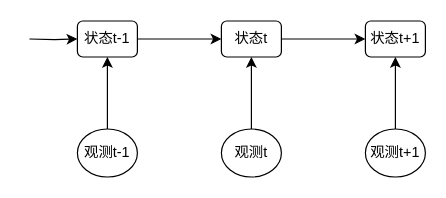
Earlier version of the draw.io diagram hmm道路级定位结构.drawio (xhzhuhit/Trajectory_Compression_Algorithms). Source tidied: cells renumbered, new cells numbered last; positions are measured from the earlier drawing's top-left corner, leaving out a move shared by most shapes. Both pictures are drawn from the tidied source at 120%, with x=0, y=0 at pixel (29, 20).
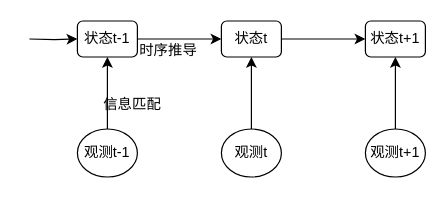
After the change.

Commit message (it also covers changes not shown here):
Update hmm道路级定位结构.drawio

Change to the diagram source:
```diff
@@
 <mxGraphModel>
   <root>
     <mxCell id="0" />
     <mxCell id="1" parent="0" />
     <mxCell id="2" style="edgeStyle=orthogonalEdgeStyle;rounded=0;jettySize=auto;html=1;entryX=0;entryY=0.5;entryDx=0;entryDy=0;" parent="1" edge="1" source="3" target="4">
       <mxGeometry relative="1" as="geometry" />
     </mxCell>
     <mxCell id="3" value="状态t" style="rounded=1;whiteSpace=wrap;html=1;" parent="1" vertex="1">
       <mxGeometry x="160" width="50" height="30" as="geometry" />
     </mxCell>
     <mxCell id="4" value="状态t+1" style="rounded=1;whiteSpace=wrap;html=1;" parent="1" vertex="1">
       <mxGeometry x="280" width="50" height="30" as="geometry" />
     </mxCell>
     <mxCell id="5" style="edgeStyle=orthogonalEdgeStyle;rounded=0;jettySize=auto;html=1;entryX=0;entryY=0.5;entryDx=0;entryDy=0;" parent="1" edge="1" source="6" target="3">
       <mxGeometry relative="1" as="geometry" />
     </mxCell>
     <mxCell id="6" value="状态t-1" style="rounded=1;whiteSpace=wrap;html=1;" parent="1" vertex="1">
       <mxGeometry x="40" width="50" height="30" as="geometry" />
     </mxCell>
     <mxCell id="7" style="edgeStyle=orthogonalEdgeStyle;rounded=0;jettySize=auto;html=1;exitX=0.5;exitY=0;exitDx=0;exitDy=0;" parent="1" edge="1" source="8" target="3">
       <mxGeometry relative="1" as="geometry" />
     </mxCell>
     <mxCell id="8" value="观测t" style="ellipse;whiteSpace=wrap;html=1;" parent="1" vertex="1">
       <mxGeometry x="160" y="90" width="50" height="40" as="geometry" />
     </mxCell>
     <mxCell id="9" style="edgeStyle=orthogonalEdgeStyle;rounded=0;jettySize=auto;html=1;exitX=0.5;exitY=0;exitDx=0;exitDy=0;entryX=0.5;entryY=1;entryDx=0;entryDy=0;" parent="1" edge="1" source="10" target="4">
       <mxGeometry relative="1" as="geometry" />
     </mxCell>
     <mxCell id="10" value="观测t+1" style="ellipse;whiteSpace=wrap;html=1;" parent="1" vertex="1">
       <mxGeometry x="280" y="90" width="50" height="40" as="geometry" />
     </mxCell>
     <mxCell id="11" style="edgeStyle=orthogonalEdgeStyle;rounded=0;jettySize=auto;html=1;exitX=0.5;exitY=0;exitDx=0;exitDy=0;entryX=0.5;entryY=1;entryDx=0;entryDy=0;" parent="1" edge="1" source="12" target="6">
       <mxGeometry relative="1" as="geometry" />
     </mxCell>
     <mxCell id="12" value="观测t-1" style="ellipse;whiteSpace=wrap;html=1;" parent="1" vertex="1">
       <mxGeometry x="40" y="90" width="50" height="40" as="geometry" />
     </mxCell>
     <mxCell id="13" style="edgeStyle=orthogonalEdgeStyle;rounded=0;jettySize=auto;html=1;entryX=0;entryY=0.5;entryDx=0;entryDy=0;" parent="1" edge="1" target="6">
       <mxGeometry relative="1" as="geometry">
         <mxPoint y="15" as="sourcePoint" />
       </mxGeometry>
     </mxCell>
+    <mxCell id="14" value="时序推导" style="text;html=1;align=left;verticalAlign=top;spacingTop=-4;" parent="1" vertex="1">
+      <mxGeometry x="90" y="15" width="60" height="20" as="geometry" />
+    </mxCell>
+    <mxCell id="15" value="信息匹配" style="text;html=1;align=left;verticalAlign=top;spacingTop=-4;" parent="1" vertex="1">
+      <mxGeometry x="60" y="60" width="60" height="20" as="geometry" />
+    </mxCell>
   </root>
 </mxGraphModel>
```
